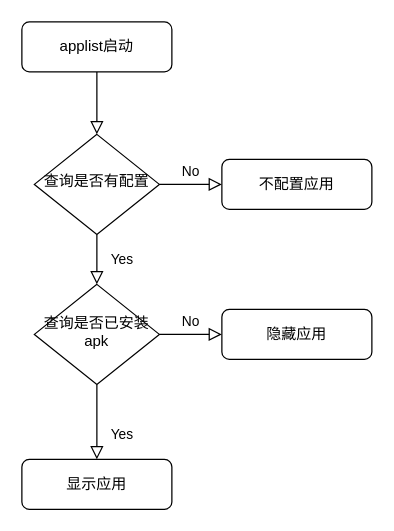
This is Untitled Diagram.drawio from thundeGG/7hundeR.github.io, a draw.io file, before an edit. Source tidied: cells renumbered, new cells numbered last; positions are measured from the earlier drawing's top-left corner, leaving out a move shared by most shapes. Both pictures are drawn from the tidied source at 125%, with x=0, y=0 at pixel (21, 21).
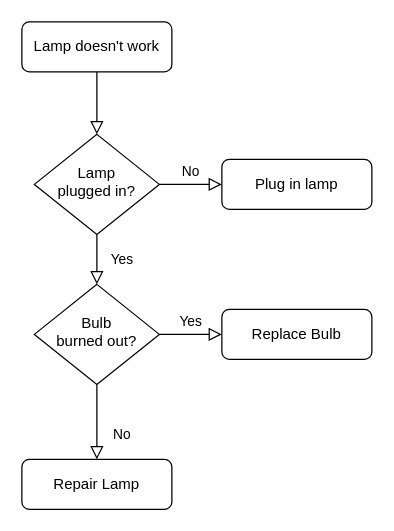
The same diagram, later.

Change to the diagram source:
```diff
@@
 <mxGraphModel>
   <root>
     <mxCell id="0" />
     <mxCell id="1" parent="0" />
     <mxCell id="2" style="rounded=0;html=1;jettySize=auto;fontSize=11;endArrow=block;endFill=0;endSize=8;strokeWidth=1;shadow=0;labelBackgroundColor=none;edgeStyle=orthogonalEdgeStyle;" parent="1" edge="1" source="3" target="6">
       <mxGeometry relative="1" as="geometry" />
     </mxCell>
-    <mxCell id="3" value="applist启动" style="rounded=1;whiteSpace=wrap;html=1;fontSize=12;glass=0;strokeWidth=1;shadow=0;" parent="1" vertex="1">
+    <mxCell id="3" value="Lamp doesn't work" style="rounded=1;whiteSpace=wrap;html=1;fontSize=12;glass=0;strokeWidth=1;shadow=0;" parent="1" vertex="1">
       <mxGeometry width="120" height="40" as="geometry" />
     </mxCell>
     <mxCell id="4" value="Yes" style="rounded=0;html=1;jettySize=auto;fontSize=11;endArrow=block;endFill=0;endSize=8;strokeWidth=1;shadow=0;labelBackgroundColor=none;edgeStyle=orthogonalEdgeStyle;" parent="1" edge="1" source="6" target="10">
       <mxGeometry y="20" relative="1" as="geometry" />
     </mxCell>
     <mxCell id="5" value="No" style="edgeStyle=orthogonalEdgeStyle;rounded=0;html=1;jettySize=auto;fontSize=11;endArrow=block;endFill=0;endSize=8;strokeWidth=1;shadow=0;labelBackgroundColor=none;" parent="1" edge="1" source="6" target="7">
       <mxGeometry y="10" relative="1" as="geometry" />
     </mxCell>
-    <mxCell id="6" value="查询是否有配置" style="rhombus;whiteSpace=wrap;html=1;shadow=0;fontFamily=Helvetica;fontSize=12;align=center;strokeWidth=1;spacing=6;spacingTop=-4;" parent="1" vertex="1">
+    <mxCell id="6" value="Lamp&lt;br&gt;plugged in?" style="rhombus;whiteSpace=wrap;html=1;shadow=0;fontFamily=Helvetica;fontSize=12;align=center;strokeWidth=1;spacing=6;spacingTop=-4;" parent="1" vertex="1">
       <mxGeometry x="10" y="90" width="100" height="80" as="geometry" />
     </mxCell>
-    <mxCell id="7" value="不配置应用" style="rounded=1;whiteSpace=wrap;html=1;fontSize=12;glass=0;strokeWidth=1;shadow=0;" parent="1" vertex="1">
+    <mxCell id="7" value="Plug in lamp" style="rounded=1;whiteSpace=wrap;html=1;fontSize=12;glass=0;strokeWidth=1;shadow=0;" parent="1" vertex="1">
       <mxGeometry x="160" y="110" width="120" height="40" as="geometry" />
     </mxCell>
-    <mxCell id="8" value="Yes" style="rounded=0;html=1;jettySize=auto;fontSize=11;endArrow=block;endFill=0;endSize=8;strokeWidth=1;shadow=0;labelBackgroundColor=none;edgeStyle=orthogonalEdgeStyle;" parent="1" edge="1" source="10" target="11">
+    <mxCell id="8" value="No" style="rounded=0;html=1;jettySize=auto;fontSize=11;endArrow=block;endFill=0;endSize=8;strokeWidth=1;shadow=0;labelBackgroundColor=none;edgeStyle=orthogonalEdgeStyle;" parent="1" edge="1" source="10" target="11">
       <mxGeometry x="0.33" y="20" relative="1" as="geometry" />
     </mxCell>
-    <mxCell id="9" value="No" style="edgeStyle=orthogonalEdgeStyle;rounded=0;html=1;jettySize=auto;fontSize=11;endArrow=block;endFill=0;endSize=8;strokeWidth=1;shadow=0;labelBackgroundColor=none;" parent="1" edge="1" source="10" target="12">
+    <mxCell id="9" value="Yes" style="edgeStyle=orthogonalEdgeStyle;rounded=0;html=1;jettySize=auto;fontSize=11;endArrow=block;endFill=0;endSize=8;strokeWidth=1;shadow=0;labelBackgroundColor=none;" parent="1" edge="1" source="10" target="12">
       <mxGeometry y="10" relative="1" as="geometry" />
     </mxCell>
-    <mxCell id="10" value="查询是否已安装apk" style="rhombus;whiteSpace=wrap;html=1;shadow=0;fontFamily=Helvetica;fontSize=12;align=center;strokeWidth=1;spacing=6;spacingTop=-4;" parent="1" vertex="1">
+    <mxCell id="10" value="Bulb&lt;br&gt;burned out?" style="rhombus;whiteSpace=wrap;html=1;shadow=0;fontFamily=Helvetica;fontSize=12;align=center;strokeWidth=1;spacing=6;spacingTop=-4;" parent="1" vertex="1">
       <mxGeometry x="10" y="210" width="100" height="80" as="geometry" />
     </mxCell>
-    <mxCell id="11" value="显示应用" style="rounded=1;whiteSpace=wrap;html=1;fontSize=12;glass=0;strokeWidth=1;shadow=0;" parent="1" vertex="1">
+    <mxCell id="11" value="Repair Lamp" style="rounded=1;whiteSpace=wrap;html=1;fontSize=12;glass=0;strokeWidth=1;shadow=0;" parent="1" vertex="1">
       <mxGeometry y="350" width="120" height="40" as="geometry" />
     </mxCell>
-    <mxCell id="12" value="隐藏应用" style="rounded=1;whiteSpace=wrap;html=1;fontSize=12;glass=0;strokeWidth=1;shadow=0;" parent="1" vertex="1">
+    <mxCell id="12" value="Replace Bulb" style="rounded=1;whiteSpace=wrap;html=1;fontSize=12;glass=0;strokeWidth=1;shadow=0;" parent="1" vertex="1">
       <mxGeometry x="160" y="230" width="120" height="40" as="geometry" />
     </mxCell>
   </root>
 </mxGraphModel>
```
